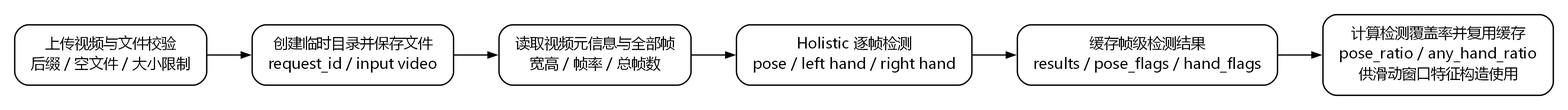
Before: figures/chapter06/frame-cache-flow.png, a diagram exported from Graphviz (maydayyezhen/thesis-latex). Its source is kept beside it as diagrams/chapter06/frame-cache-flow.dot.
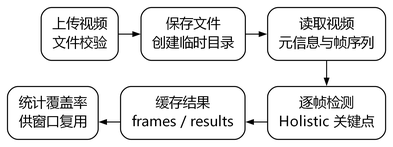
The same diagram one commit later.

Commit message:
完善第六章内容与图表排版

Diff of the diagram source:
```diff
@@ -1,11 +1,11 @@
 digraph G {
   graph [
-    rankdir=LR,
+    rankdir=TB,
     splines=ortho,
-    nodesep=0.45,
-    ranksep=0.55,
-    pad=0.18,
-    dpi=220,
+    nodesep=0.36,
+    ranksep=0.42,
+    pad=0.12,
+    dpi=280,
     bgcolor="white"
   ];
 
@@ -15,8 +15,8 @@
     color="black",
     penwidth=1.2,
     fontname="Microsoft YaHei",
-    fontsize=13,
-    margin="0.20,0.12"
+    fontsize=16,
+    margin="0.18,0.12"
   ];
 
   edge [
@@ -24,32 +24,39 @@
     arrowsize=0.75,
     penwidth=1.1,
     fontname="Microsoft YaHei",
-    fontsize=11
+    fontsize=12
   ];
 
   upload [
-    label="上传视频与文件校验\n后缀 / 空文件 / 大小限制"
+    label="上传视频\n文件校验"
   ];
 
   save [
-    label="创建临时目录并保存文件\nrequest_id / input video"
+    label="保存文件\n创建临时目录"
   ];
 
   read [
-    label="读取视频元信息与全部帧\n宽高 / 帧率 / 总帧数"
+    label="读取视频\n元信息与帧序列"
   ];
 
   detect [
-    label="Holistic 逐帧检测\npose / left hand / right hand"
+    label="逐帧检测\nHolistic 关键点"
   ];
 
   cache [
-    label="缓存帧级检测结果\nresults / pose_flags / hand_flags"
+    label="缓存结果\nframes / results"
   ];
 
   reuse [
-    label="计算检测覆盖率并复用缓存\npose_ratio / any_hand_ratio\n供滑动窗口特征构造使用"
+    label="统计覆盖率\n供窗口复用"
   ];
 
-  upload -> save -> read -> detect -> cache -> reuse;
+  { rank=same; upload; save; read; }
+  { rank=same; reuse; cache; detect; }
+
+  upload -> save -> read;
+  read -> detect;
+  reuse -> cache -> detect [style=invis, weight=100];
+  detect -> cache [constraint=false];
+  cache -> reuse [constraint=false];
 }
```
